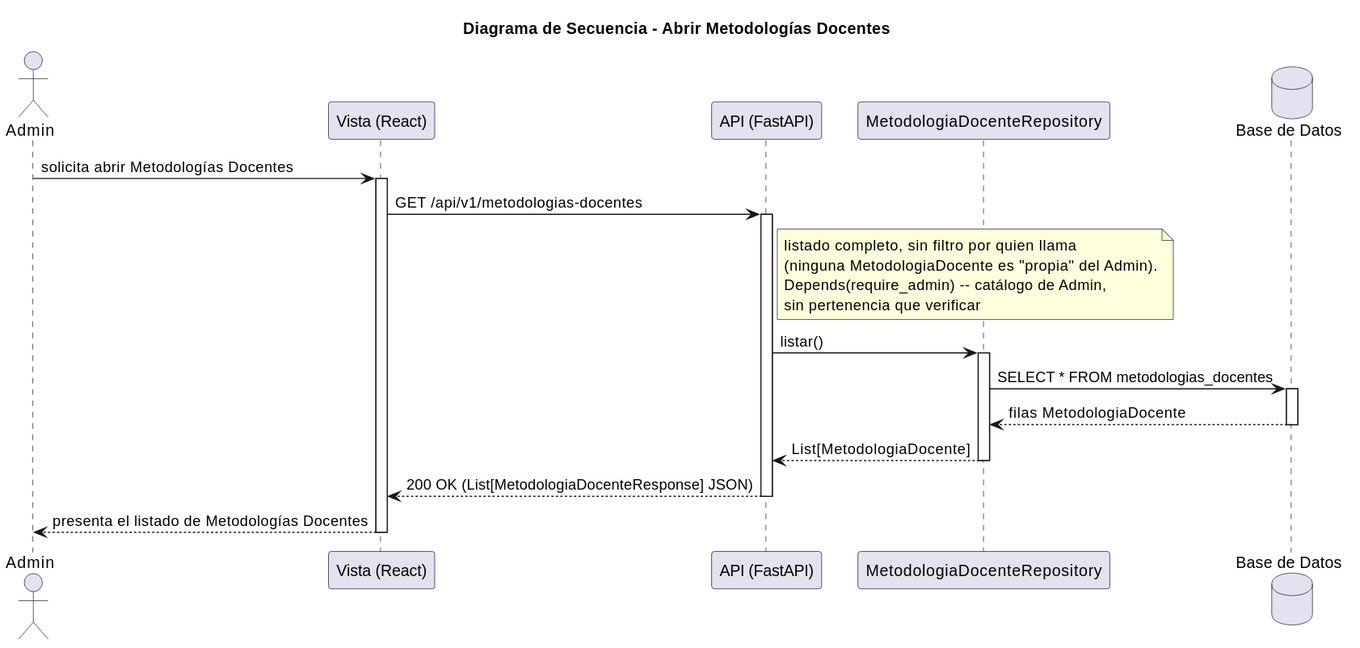
Above: images/RUP/03-diseño/casos-uso/abrirMetodologiasDocentes/secuencia.svg in mmasias/pyCeldaPublico (PlantUML), before the change.
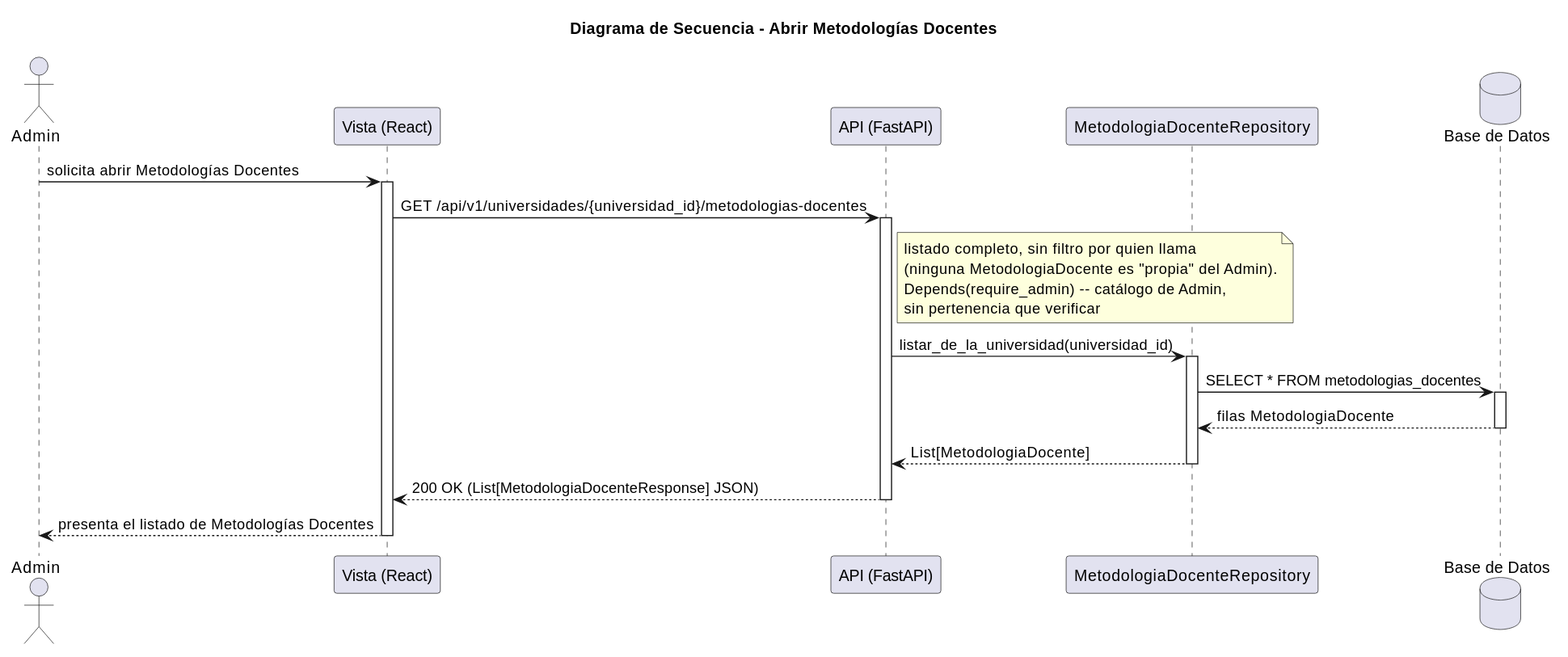
After the commit.

What changed in the source:
```diff
@@ -9,10 +9,10 @@
 
 Admin -> Vista: solicita abrir Metodologías Docentes
 activate Vista
-Vista -> API: GET /api/v1/metodologias-docentes
+Vista -> API: GET /api/v1/universidades/{universidad_id}/metodologias-docentes
 activate API
 note right of API: listado completo, sin filtro por quien llama\n(ninguna MetodologiaDocente es "propia" del Admin).\nDepends(require_admin) -- catálogo de Admin,\nsin pertenencia que verificar
-API -> MetodologiaRepo: listar()
+API -> MetodologiaRepo: listar_de_la_universidad(universidad_id)
 activate MetodologiaRepo
 MetodologiaRepo -> DB: SELECT * FROM metodologias_docentes
 activate DB
```
